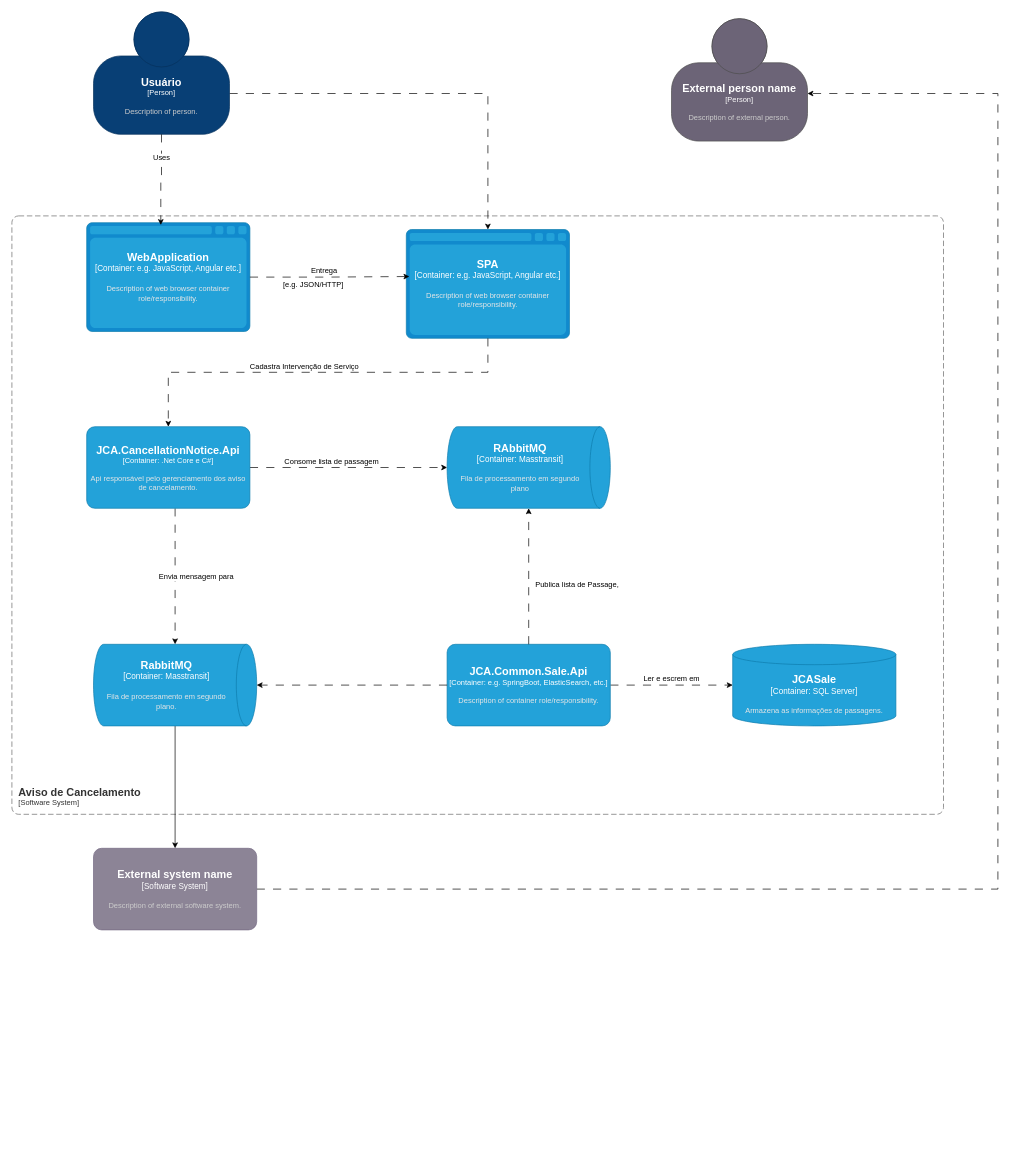
The draw.io diagram projetos/Aviso de Cancelamento.drawio in ppscarvalho/draw.io, before the edit. Source tidied: cells renumbered, new cells numbered last; positions are measured from the earlier drawing's top-left corner, leaving out a move shared by most shapes. Both pictures are drawn from the tidied source at 68%, with x=0, y=0 at pixel (12, 12).
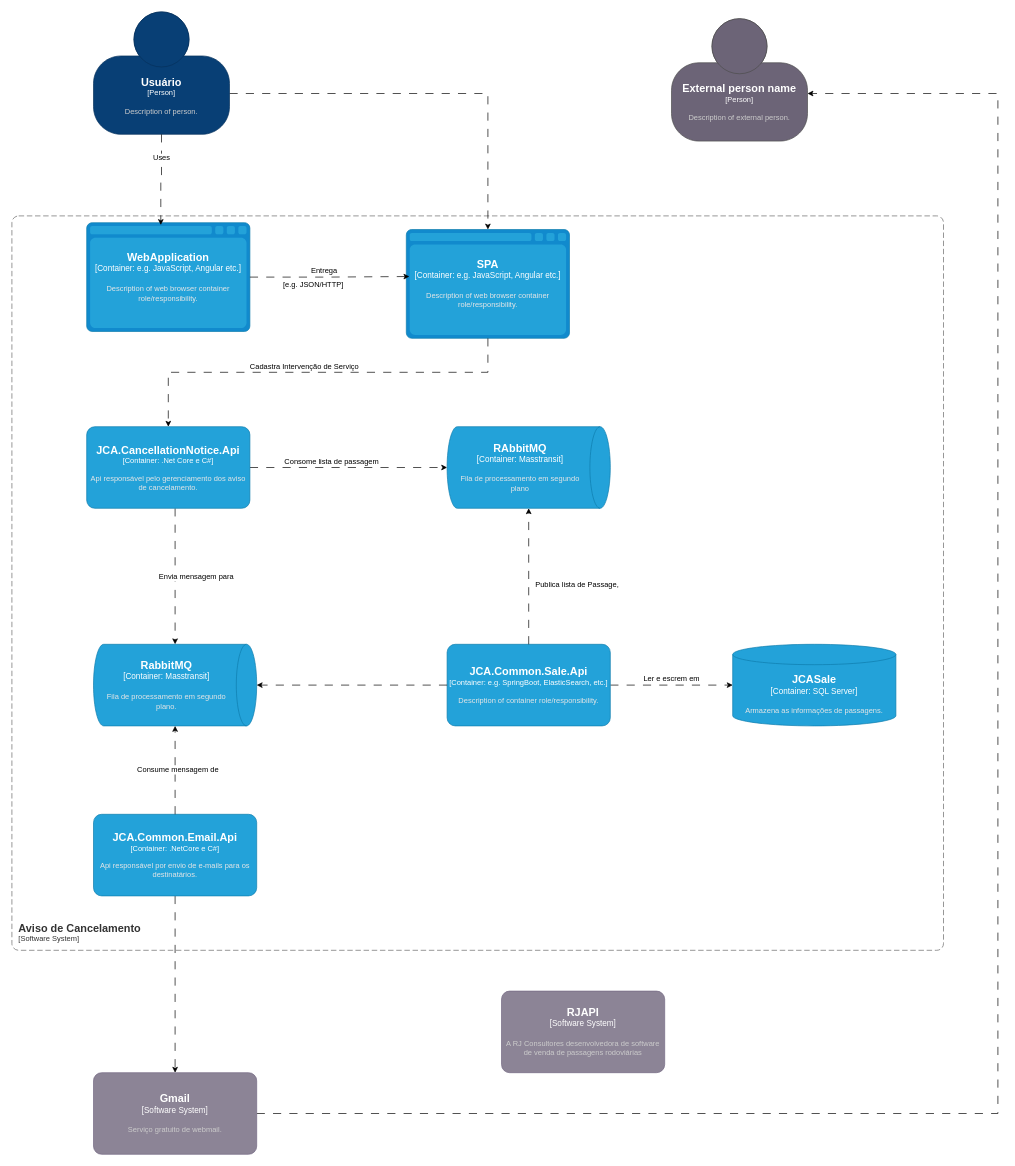
The same page after the edit.

The change refers to these unchanged cells:
```xml
<object id="19" label="&lt;font style=&quot;font-size: 16px&quot;&gt;&lt;b&gt;%c4Type%&lt;/b&gt;&lt;/font&gt;&lt;div&gt;[%c4Container%:&amp;nbsp;%c4Technology%]&lt;/div&gt;&lt;br&gt;&lt;div&gt;&lt;font style=&quot;font-size: 11px&quot;&gt;&lt;font color=&quot;#E6E6E6&quot;&gt;%c4Description%&lt;/font&gt;&lt;/div&gt;" c4Container="Container" c4Description="Fila de processamento em segundo plano." c4Technology="Masstransit" c4Type="RabbitMQ" placeholders="1">
  <mxCell style="shape=cylinder3;size=15;direction=south;whiteSpace=wrap;html=1;boundedLbl=1;rounded=0;labelBackgroundColor=none;fillColor=#23A2D9;fontSize=12;fontColor=#ffffff;align=center;strokeColor=#0E7DAD;points=[[0.5,0,0],[1,0.25,0],[1,0.5,0],[1,0.75,0],[0.5,1,0],[0,0.75,0],[0,0.5,0],[0,0.25,0]];" parent="1" vertex="1">
    <mxGeometry x="120" y="930" width="240" height="120" as="geometry" />
  </mxCell>
</object>
<object id="29" label="&lt;font style=&quot;font-size: 16px&quot;&gt;&lt;b&gt;%c4Name%&lt;/b&gt;&lt;/font&gt;&lt;div&gt;[%c4Type%]&lt;/div&gt;&lt;br&gt;&lt;div&gt;&lt;font style=&quot;font-size: 11px&quot;&gt;&lt;font color=&quot;#cccccc&quot;&gt;%c4Description%&lt;/font&gt;&lt;/div&gt;" c4Description="Description of external person." c4Name="External person name" c4Type="Person" placeholders="1">
  <mxCell style="html=1;fontSize=11;dashed=0;whiteSpace=wrap;fillColor=#6C6477;strokeColor=#4D4D4D;fontColor=#ffffff;shape=mxgraph.c4.person2;align=center;points=[[0.5,0,0],[1,0.5,0],[1,0.75,0],[0.75,1,0],[0.5,1,0],[0.25,1,0],[0,0.75,0],[0,0.5,0]];" parent="1" vertex="1">
    <mxGeometry x="970" y="10" width="200" height="180" as="geometry" />
  </mxCell>
</object>
```

Change to the diagram source:
```diff
@@
     <object id="2" label="&lt;font style=&quot;font-size: 16px&quot;&gt;&lt;b&gt;&lt;div style=&quot;text-align: left&quot;&gt;%c4Name%&lt;/div&gt;&lt;/b&gt;&lt;/font&gt;&lt;div style=&quot;text-align: left&quot;&gt;[%c4Application%]&lt;/div&gt;" c4Application="Software System" c4Name="Aviso de Cancelamento" placeholders="1">
       <mxCell style="rounded=1;fontSize=11;whiteSpace=wrap;html=1;dashed=1;arcSize=20;fillColor=none;strokeColor=#666666;fontColor=#333333;labelBackgroundColor=none;align=left;verticalAlign=bottom;labelBorderColor=none;spacingTop=0;spacing=10;dashPattern=8 4;perimeter=rectanglePerimeter;noLabel=0;labelPadding=0;absoluteArcSize=1;" parent="1" vertex="1">
-        <mxGeometry y="300" width="1370" height="880" as="geometry" />
+        <mxGeometry y="300" width="1370" height="1080" as="geometry" />
       </mxCell>
     </object>
@@
-    <mxCell id="18" style="edgeStyle=orthogonalEdgeStyle;rounded=0;jettySize=auto;html=1;" parent="1" edge="1" source="19" target="28">
+    <mxCell id="18" style="edgeStyle=orthogonalEdgeStyle;rounded=0;jettySize=auto;html=1;dashed=1;dashPattern=12 12;exitX=0.5;exitY=1;exitDx=0;exitDy=0;exitPerimeter=0;" parent="1" edge="1" source="32" target="28">
       <mxGeometry relative="1" as="geometry" />
     </mxCell>
@@
     <mxCell id="27" style="edgeStyle=orthogonalEdgeStyle;rounded=0;jettySize=auto;html=1;dashed=1;dashPattern=12 12;" parent="1" edge="1" source="28" target="29">
       <mxGeometry relative="1" as="geometry">
         <Array as="points">
-          <mxPoint x="1450" y="1290" />
+          <mxPoint x="1450" y="1620" />
           <mxPoint x="1450" y="120" />
         </Array>
       </mxGeometry>
     </mxCell>
-    <object id="28" label="&lt;font style=&quot;font-size: 16px&quot;&gt;&lt;b&gt;%c4Name%&lt;/b&gt;&lt;/font&gt;&lt;div&gt;[%c4Type%]&lt;/div&gt;&lt;br&gt;&lt;div&gt;&lt;font style=&quot;font-size: 11px&quot;&gt;&lt;font color=&quot;#cccccc&quot;&gt;%c4Description%&lt;/font&gt;&lt;/div&gt;" c4Description="Description of external software system." c4Name="External system name" c4Type="Software System" placeholders="1">
+    <object id="28" label="&lt;font style=&quot;font-size: 16px&quot;&gt;&lt;b&gt;%c4Name%&lt;/b&gt;&lt;/font&gt;&lt;div&gt;[%c4Type%]&lt;/div&gt;&lt;br&gt;&lt;div&gt;&lt;font style=&quot;font-size: 11px&quot;&gt;&lt;font color=&quot;#cccccc&quot;&gt;%c4Description%&lt;/font&gt;&lt;/div&gt;" c4Description="Serviço gratuito de webmail." c4Name="Gmail" c4Type="Software System" placeholders="1">
       <mxCell style="rounded=1;whiteSpace=wrap;html=1;labelBackgroundColor=none;fillColor=#8C8496;fontColor=#ffffff;align=center;arcSize=10;strokeColor=#736782;points=[[0.25,0,0],[0.5,0,0],[0.75,0,0],[1,0.25,0],[1,0.5,0],[1,0.75,0],[0.75,1,0],[0.5,1,0],[0.25,1,0],[0,0.75,0],[0,0.5,0],[0,0.25,0]];" parent="1" vertex="1">
-        <mxGeometry x="120" y="1230" width="240" height="120" as="geometry" />
+        <mxGeometry x="120" y="1560" width="240" height="120" as="geometry" />
       </mxCell>
     </object>
@@
+    <object id="32" label="&lt;font style=&quot;font-size: 16px&quot;&gt;&lt;b&gt;%c4Name%&lt;/b&gt;&lt;/font&gt;&lt;div&gt;[%c4Type%: %c4Technology%]&lt;/div&gt;&lt;br&gt;&lt;div&gt;&lt;font style=&quot;font-size: 11px&quot;&gt;&lt;font color=&quot;#E6E6E6&quot;&gt;%c4Description%&lt;/font&gt;&lt;/div&gt;" c4Description="Api responsável por envio de e-mails para os destinatários." c4Name="JCA.Common.Email.Api" c4Technology=".NetCore e C#" c4Type="Container" placeholders="1">
+      <mxCell style="rounded=1;whiteSpace=wrap;html=1;fontSize=11;labelBackgroundColor=none;fillColor=#23A2D9;fontColor=#ffffff;align=center;arcSize=10;strokeColor=#0E7DAD;points=[[0.25,0,0],[0.5,0,0],[0.75,0,0],[1,0.25,0],[1,0.5,0],[1,0.75,0],[0.75,1,0],[0.5,1,0],[0.25,1,0],[0,0.75,0],[0,0.5,0],[0,0.25,0]];" parent="1" vertex="1">
+        <mxGeometry x="120" y="1180" width="240" height="120" as="geometry" />
+      </mxCell>
+    </object>
+    <mxCell id="33" style="edgeStyle=orthogonalEdgeStyle;rounded=0;jettySize=auto;html=1;entryX=1;entryY=0.5;entryDx=0;entryDy=0;entryPerimeter=0;dashed=1;dashPattern=12 12;" parent="1" edge="1" source="32" target="19">
+      <mxGeometry relative="1" as="geometry" />
+    </mxCell>
+    <mxCell id="34" value="Consume mensagem de" style="edgeLabel;html=1;align=center;verticalAlign=middle;" parent="33" vertex="1">
+      <mxGeometry x="0.28" y="-3" relative="1" as="geometry">
+        <mxPoint y="17" as="offset" />
+      </mxGeometry>
+    </mxCell>
+    <object id="35" label="&lt;font style=&quot;font-size: 16px&quot;&gt;&lt;b&gt;%c4Name%&lt;/b&gt;&lt;/font&gt;&lt;div&gt;[%c4Type%]&lt;/div&gt;&lt;br&gt;&lt;div&gt;&lt;font style=&quot;font-size: 11px&quot;&gt;&lt;font color=&quot;#cccccc&quot;&gt;%c4Description%&lt;/font&gt;&lt;/div&gt;" c4Description="A RJ Consultores desenvolvedora de software de venda de passagens rodoviárias" c4Name="RJAPI" c4Type="Software System" placeholders="1">
+      <mxCell style="rounded=1;whiteSpace=wrap;html=1;labelBackgroundColor=none;fillColor=#8C8496;fontColor=#ffffff;align=center;arcSize=10;strokeColor=#736782;" parent="1" vertex="1">
+        <mxGeometry x="720" y="1440" width="240" height="120" as="geometry" />
+      </mxCell>
+    </object>
```
